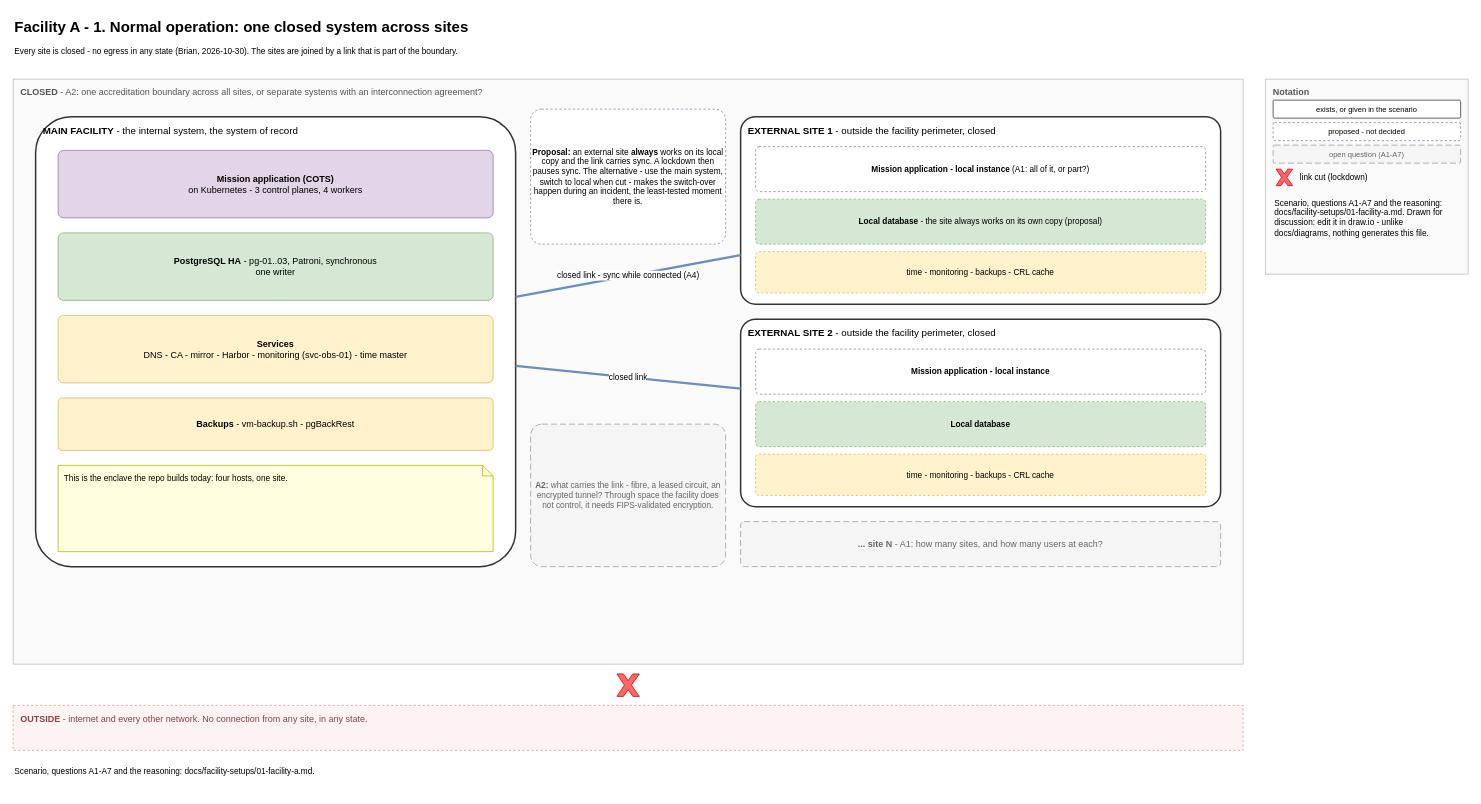
The draw.io diagram page "1 - Normal operation" (1 of 3) of docs/facility-setups/01-facility-a.drawio in mcveybrian-ship-it/canonical-k8s, before the edit. Source tidied: cells renumbered, new cells numbered last; positions are measured from the earlier drawing's top-left corner, leaving out a move shared by most shapes. Both pictures are drawn from the tidied source at 75%, with x=0, y=0 at pixel (13, 13).
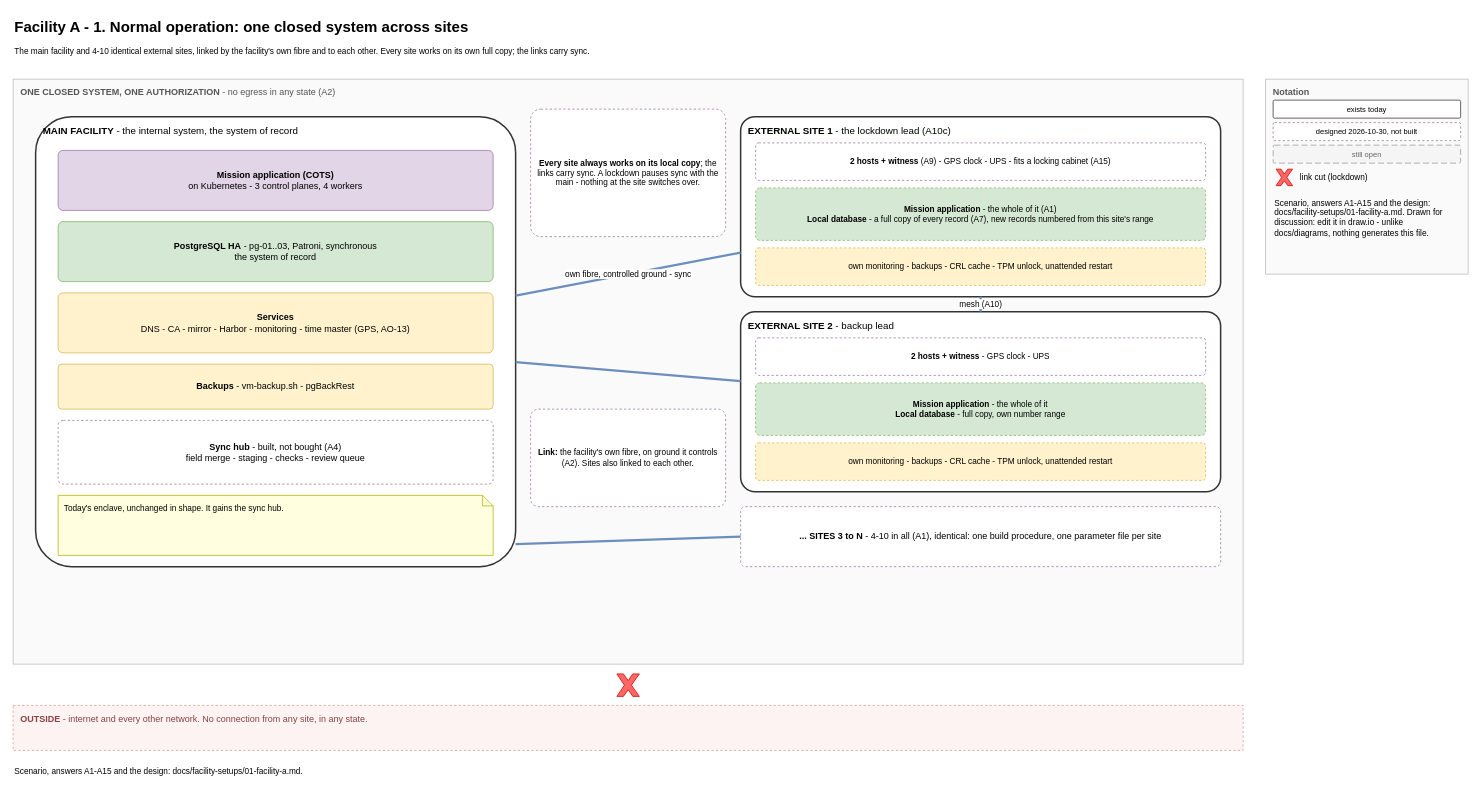
Above is the later version.

Unchanged cells that the change refers to:
```xml
<mxCell id="14" value="&lt;b&gt;MAIN FACILITY&lt;/b&gt; - the internal system, the system of record" style="rounded=1;whiteSpace=wrap;html=1;arcSize=8;fillColor=#ffffff;strokeColor=#333333;strokeWidth=2;verticalAlign=top;align=left;spacingLeft=8;spacingTop=4;fontSize=13;" parent="1" vertex="1">
  <mxGeometry x="30" y="138" width="640" height="600" as="geometry" />
</mxCell>
```

Diff of the diagram source:
```diff
@@
-    <mxCell id="3" value="Every site is closed - no egress in any state (Brian, 2026-10-30). The sites are joined by a link that is part of the boundary." style="text;html=1;align=left;verticalAlign=top;whiteSpace=wrap;fontSize=11;" parent="1" vertex="1">
+    <mxCell id="3" value="The main facility and 4-10 identical external sites, linked by the facility's own fibre and to each other. Every site works on its own full copy; the links carry sync." style="text;html=1;align=left;verticalAlign=top;whiteSpace=wrap;fontSize=11;" parent="1" vertex="1">
       <mxGeometry y="38" width="1640" height="34" as="geometry" />
     </mxCell>
@@
-    <mxCell id="5" value="exists, or given in the scenario" style="rounded=1;whiteSpace=wrap;html=1;arcSize=8;fillColor=#ffffff;strokeColor=#333333;fontSize=10;" parent="1" vertex="1">
+    <mxCell id="5" value="exists today" style="rounded=1;whiteSpace=wrap;html=1;arcSize=8;fillColor=#ffffff;strokeColor=#333333;fontSize=10;" parent="1" vertex="1">
       <mxGeometry x="1680" y="116" width="250" height="24" as="geometry" />
     </mxCell>
-    <mxCell id="6" value="proposed - not decided" style="rounded=1;whiteSpace=wrap;html=1;arcSize=8;fillColor=#ffffff;strokeColor=#9673a6;dashed=1;fontSize=10;" parent="1" vertex="1">
+    <mxCell id="6" value="designed 2026-10-30, not built" style="rounded=1;whiteSpace=wrap;html=1;arcSize=8;fillColor=#ffffff;strokeColor=#9673a6;dashed=1;fontSize=10;" parent="1" vertex="1">
       <mxGeometry x="1680" y="146" width="250" height="24" as="geometry" />
     </mxCell>
-    <mxCell id="7" value="open question (A1-A7)" style="rounded=1;whiteSpace=wrap;html=1;arcSize=8;fillColor=#f5f5f5;strokeColor=#999999;dashed=1;dashPattern=8 4;fontColor=#666666;fontSize=10;" parent="1" vertex="1">
+    <mxCell id="7" value="still open" style="rounded=1;whiteSpace=wrap;html=1;arcSize=8;fillColor=#f5f5f5;strokeColor=#999999;dashed=1;dashPattern=8 4;fontColor=#666666;fontSize=10;" parent="1" vertex="1">
       <mxGeometry x="1680" y="176" width="250" height="24" as="geometry" />
     </mxCell>
@@
-    <mxCell id="10" value="Scenario, questions A1-A7 and the reasoning: docs/facility-setups/01-facility-a.md. Drawn for discussion: edit it in draw.io - unlike docs/diagrams, nothing generates this file." style="text;html=1;align=left;verticalAlign=top;whiteSpace=wrap;fontSize=11;" parent="1" vertex="1">
+    <mxCell id="10" value="Scenario, answers A1-A15 and the design: docs/facility-setups/01-facility-a.md. Drawn for discussion: edit it in draw.io - unlike docs/diagrams, nothing generates this file." style="text;html=1;align=left;verticalAlign=top;whiteSpace=wrap;fontSize=11;" parent="1" vertex="1">
       <mxGeometry x="1680" y="240" width="250" height="100" as="geometry" />
     </mxCell>
-    <mxCell id="11" value="&lt;b&gt;CLOSED&lt;/b&gt; - A2: one accreditation boundary across all sites, or separate systems with an interconnection agreement?" style="rounded=0;whiteSpace=wrap;html=1;fillColor=#fafafa;strokeColor=#bbbbbb;verticalAlign=top;align=left;spacingLeft=8;spacingTop=4;fontColor=#555555;fontSize=12;" parent="1" vertex="1">
+    <mxCell id="11" value="&lt;b&gt;ONE CLOSED SYSTEM, ONE AUTHORIZATION&lt;/b&gt; - no egress in any state (A2)" style="rounded=0;whiteSpace=wrap;html=1;fillColor=#fafafa;strokeColor=#bbbbbb;verticalAlign=top;align=left;spacingLeft=8;spacingTop=4;fontColor=#555555;fontSize=12;" parent="1" vertex="1">
       <mxGeometry y="88" width="1640" height="780" as="geometry" />
     </mxCell>
@@
     <mxCell id="15" value="&lt;b&gt;Mission application (COTS)&lt;/b&gt;&lt;br&gt;on Kubernetes - 3 control planes, 4 workers" style="rounded=1;whiteSpace=wrap;html=1;arcSize=8;fillColor=#e1d5e7;strokeColor=#9673a6;fontSize=12;" parent="1" vertex="1">
-      <mxGeometry x="60" y="183" width="580" height="90" as="geometry" />
+      <mxGeometry x="60" y="183" width="580" height="80" as="geometry" />
     </mxCell>
-    <mxCell id="16" value="&lt;b&gt;PostgreSQL HA&lt;/b&gt; - pg-01..03, Patroni, synchronous&lt;br&gt;one writer" style="rounded=1;whiteSpace=wrap;html=1;arcSize=8;fillColor=#d5e8d4;strokeColor=#82b366;fontSize=12;" parent="1" vertex="1">
-      <mxGeometry x="60" y="293" width="580" height="90" as="geometry" />
+    <mxCell id="16" value="&lt;b&gt;PostgreSQL HA&lt;/b&gt; - pg-01..03, Patroni, synchronous&lt;br&gt;the system of record" style="rounded=1;whiteSpace=wrap;html=1;arcSize=8;fillColor=#d5e8d4;strokeColor=#82b366;fontSize=12;" parent="1" vertex="1">
+      <mxGeometry x="60" y="278" width="580" height="80" as="geometry" />
     </mxCell>
-    <mxCell id="17" value="&lt;b&gt;Services&lt;/b&gt;&lt;br&gt;DNS - CA - mirror - Harbor - monitoring (svc-obs-01) - time master" style="rounded=1;whiteSpace=wrap;html=1;arcSize=8;fillColor=#fff2cc;strokeColor=#d6b656;fontSize=12;" parent="1" vertex="1">
-      <mxGeometry x="60" y="403" width="580" height="90" as="geometry" />
+    <mxCell id="17" value="&lt;b&gt;Services&lt;/b&gt;&lt;br&gt;DNS - CA - mirror - Harbor - monitoring - time master (GPS, AO-13)" style="rounded=1;whiteSpace=wrap;html=1;arcSize=8;fillColor=#fff2cc;strokeColor=#d6b656;fontSize=12;" parent="1" vertex="1">
+      <mxGeometry x="60" y="373" width="580" height="80" as="geometry" />
     </mxCell>
     <mxCell id="18" value="&lt;b&gt;Backups&lt;/b&gt; - vm-backup.sh - pgBackRest" style="rounded=1;whiteSpace=wrap;html=1;arcSize=8;fillColor=#fff2cc;strokeColor=#d6b656;fontSize=12;" parent="1" vertex="1">
-      <mxGeometry x="60" y="513" width="580" height="70" as="geometry" />
+      <mxGeometry x="60" y="468" width="580" height="60" as="geometry" />
     </mxCell>
-    <mxCell id="19" value="This is the enclave the repo builds today: four hosts, one site." style="shape=note;whiteSpace=wrap;html=1;size=14;fillColor=#ffffe0;strokeColor=#b3b300;align=left;verticalAlign=top;spacingLeft=6;spacingTop=4;fontSize=11;" parent="1" vertex="1">
-      <mxGeometry x="60" y="603" width="580" height="115" as="geometry" />
+    <mxCell id="19" value="&lt;b&gt;Sync hub&lt;/b&gt; - built, not bought (A4)&lt;br&gt;field merge - staging - checks - review queue" style="rounded=1;whiteSpace=wrap;html=1;arcSize=8;fillColor=#ffffff;strokeColor=#9673a6;dashed=1;fontSize=12;" parent="1" vertex="1">
+      <mxGeometry x="60" y="543" width="580" height="85" as="geometry" />
     </mxCell>
-    <mxCell id="20" value="&lt;b&gt;EXTERNAL SITE 1&lt;/b&gt; - outside the facility perimeter, closed" style="rounded=1;whiteSpace=wrap;html=1;arcSize=8;fillColor=#ffffff;strokeColor=#333333;strokeWidth=2;verticalAlign=top;align=left;spacingLeft=8;spacingTop=4;fontSize=13;" parent="1" vertex="1">
-      <mxGeometry x="970" y="138" width="640" height="250" as="geometry" />
+    <mxCell id="20" value="Today's enclave, unchanged in shape. It gains the sync hub." style="shape=note;whiteSpace=wrap;html=1;size=14;fillColor=#ffffe0;strokeColor=#b3b300;align=left;verticalAlign=top;spacingLeft=6;spacingTop=4;fontSize=11;" parent="1" vertex="1">
+      <mxGeometry x="60" y="643" width="580" height="80" as="geometry" />
     </mxCell>
-    <mxCell id="21" value="&lt;b&gt;Mission application - local instance&lt;/b&gt; (A1: all of it, or part?)" style="rounded=1;whiteSpace=wrap;html=1;arcSize=8;fillColor=#ffffff;strokeColor=#9673a6;dashed=1;fontSize=11;" parent="1" vertex="1">
-      <mxGeometry x="990" y="178" width="600" height="60" as="geometry" />
+    <mxCell id="21" value="&lt;b&gt;EXTERNAL SITE 1&lt;/b&gt; - the lockdown lead (A10c)" style="rounded=1;whiteSpace=wrap;html=1;arcSize=8;fillColor=#ffffff;strokeColor=#333333;strokeWidth=2;verticalAlign=top;align=left;spacingLeft=8;spacingTop=4;fontSize=13;" parent="1" vertex="1">
+      <mxGeometry x="970" y="138" width="640" height="240" as="geometry" />
     </mxCell>
-    <mxCell id="22" value="&lt;b&gt;Local database&lt;/b&gt; - the site always works on its own copy (proposal)" style="rounded=1;whiteSpace=wrap;html=1;arcSize=8;fillColor=#d5e8d4;strokeColor=#82b366;dashed=1;fontSize=11;" parent="1" vertex="1">
-      <mxGeometry x="990" y="248" width="600" height="60" as="geometry" />
+    <mxCell id="22" value="&lt;b&gt;2 hosts + witness&lt;/b&gt; (A9) - GPS clock - UPS - fits a locking cabinet (A15)" style="rounded=1;whiteSpace=wrap;html=1;arcSize=8;fillColor=#ffffff;strokeColor=#9673a6;dashed=1;fontSize=11;" parent="1" vertex="1">
+      <mxGeometry x="990" y="173" width="600" height="50" as="geometry" />
     </mxCell>
-    <mxCell id="23" value="time - monitoring - backups - CRL cache" style="rounded=1;whiteSpace=wrap;html=1;arcSize=8;fillColor=#fff2cc;strokeColor=#d6b656;dashed=1;fontSize=11;" parent="1" vertex="1">
-      <mxGeometry x="990" y="318" width="600" height="55" as="geometry" />
+    <mxCell id="23" value="&lt;b&gt;Mission application&lt;/b&gt; - the whole of it (A1)&lt;br&gt;&lt;b&gt;Local database&lt;/b&gt; - a full copy of every record (A7), new records numbered from this site's range" style="rounded=1;whiteSpace=wrap;html=1;arcSize=8;fillColor=#d5e8d4;strokeColor=#82b366;dashed=1;fontSize=11;" parent="1" vertex="1">
+      <mxGeometry x="990" y="233" width="600" height="70" as="geometry" />
     </mxCell>
-    <mxCell id="24" value="&lt;b&gt;EXTERNAL SITE 2&lt;/b&gt; - outside the facility perimeter, closed" style="rounded=1;whiteSpace=wrap;html=1;arcSize=8;fillColor=#ffffff;strokeColor=#333333;strokeWidth=2;verticalAlign=top;align=left;spacingLeft=8;spacingTop=4;fontSize=13;" parent="1" vertex="1">
-      <mxGeometry x="970" y="408" width="640" height="250" as="geometry" />
+    <mxCell id="24" value="own monitoring - backups - CRL cache - TPM unlock, unattended restart" style="rounded=1;whiteSpace=wrap;html=1;arcSize=8;fillColor=#fff2cc;strokeColor=#d6b656;dashed=1;fontSize=11;" parent="1" vertex="1">
+      <mxGeometry x="990" y="313" width="600" height="50" as="geometry" />
     </mxCell>
-    <mxCell id="25" value="&lt;b&gt;Mission application - local instance&lt;/b&gt;" style="rounded=1;whiteSpace=wrap;html=1;arcSize=8;fillColor=#ffffff;strokeColor=#9673a6;dashed=1;fontSize=11;" parent="1" vertex="1">
-      <mxGeometry x="990" y="448" width="600" height="60" as="geometry" />
+    <mxCell id="25" value="&lt;b&gt;EXTERNAL SITE 2&lt;/b&gt; - backup lead" style="rounded=1;whiteSpace=wrap;html=1;arcSize=8;fillColor=#ffffff;strokeColor=#333333;strokeWidth=2;verticalAlign=top;align=left;spacingLeft=8;spacingTop=4;fontSize=13;" parent="1" vertex="1">
+      <mxGeometry x="970" y="398" width="640" height="240" as="geometry" />
     </mxCell>
-    <mxCell id="26" value="&lt;b&gt;Local database&lt;/b&gt;" style="rounded=1;whiteSpace=wrap;html=1;arcSize=8;fillColor=#d5e8d4;strokeColor=#82b366;dashed=1;fontSize=11;" parent="1" vertex="1">
-      <mxGeometry x="990" y="518" width="600" height="60" as="geometry" />
+    <mxCell id="26" value="&lt;b&gt;2 hosts + witness&lt;/b&gt; - GPS clock - UPS" style="rounded=1;whiteSpace=wrap;html=1;arcSize=8;fillColor=#ffffff;strokeColor=#9673a6;dashed=1;fontSize=11;" parent="1" vertex="1">
+      <mxGeometry x="990" y="433" width="600" height="50" as="geometry" />
     </mxCell>
-    <mxCell id="27" value="time - monitoring - backups - CRL cache" style="rounded=1;whiteSpace=wrap;html=1;arcSize=8;fillColor=#fff2cc;strokeColor=#d6b656;dashed=1;fontSize=11;" parent="1" vertex="1">
-      <mxGeometry x="990" y="588" width="600" height="55" as="geometry" />
+    <mxCell id="27" value="&lt;b&gt;Mission application&lt;/b&gt; - the whole of it&lt;br&gt;&lt;b&gt;Local database&lt;/b&gt; - full copy, own number range" style="rounded=1;whiteSpace=wrap;html=1;arcSize=8;fillColor=#d5e8d4;strokeColor=#82b366;dashed=1;fontSize=11;" parent="1" vertex="1">
+      <mxGeometry x="990" y="493" width="600" height="70" as="geometry" />
     </mxCell>
-    <mxCell id="28" value="&lt;b&gt;... site N&lt;/b&gt; - A1: how many sites, and how many users at each?" style="rounded=1;whiteSpace=wrap;html=1;arcSize=8;fillColor=#f5f5f5;strokeColor=#999999;dashed=1;dashPattern=8 4;fontColor=#666666;fontSize=12;" parent="1" vertex="1">
-      <mxGeometry x="970" y="678" width="640" height="60" as="geometry" />
+    <mxCell id="28" value="own monitoring - backups - CRL cache - TPM unlock, unattended restart" style="rounded=1;whiteSpace=wrap;html=1;arcSize=8;fillColor=#fff2cc;strokeColor=#d6b656;dashed=1;fontSize=11;" parent="1" vertex="1">
+      <mxGeometry x="990" y="573" width="600" height="50" as="geometry" />
     </mxCell>
-    <mxCell id="29" value="closed link - sync while connected (A4)" style="endArrow=none;html=1;rounded=0;strokeColor=#6c8ebf;strokeWidth=3;fontSize=11;" parent="1" edge="1" source="14" target="20">
-      <mxGeometry relative="1" as="geometry" />
+    <mxCell id="29" value="&lt;b&gt;... SITES 3 to N&lt;/b&gt; - 4-10 in all (A1), identical: one build procedure, one parameter file per site" style="rounded=1;whiteSpace=wrap;html=1;arcSize=8;fillColor=#ffffff;strokeColor=#9673a6;dashed=1;fontSize=12;" parent="1" vertex="1">
+      <mxGeometry x="970" y="658" width="640" height="80" as="geometry" />
     </mxCell>
-    <mxCell id="30" value="closed link" style="endArrow=none;html=1;rounded=0;strokeColor=#6c8ebf;strokeWidth=3;fontSize=11;" parent="1" edge="1" source="14" target="24">
+    <mxCell id="30" value="own fibre, controlled ground - sync" style="endArrow=none;html=1;rounded=0;strokeColor=#6c8ebf;strokeWidth=3;fontSize=11;" parent="1" edge="1" source="14" target="21">
       <mxGeometry relative="1" as="geometry" />
     </mxCell>
-    <mxCell id="31" value="&lt;b&gt;Proposal:&lt;/b&gt; an external site &lt;b&gt;always&lt;/b&gt; works on its local copy and the link carries sync. A lockdown then pauses sync. The alternative - use the main system, switch to local when cut - makes the switch-over happen during an incident, the least-tested moment there is." style="rounded=1;whiteSpace=wrap;html=1;arcSize=8;fillColor=#ffffff;strokeColor=#9673a6;dashed=1;fontSize=11;" parent="1" vertex="1">
-      <mxGeometry x="690" y="128" width="260" height="180" as="geometry" />
+    <mxCell id="31" style="endArrow=none;html=1;rounded=0;strokeColor=#6c8ebf;strokeWidth=3;fontSize=11;" parent="1" edge="1" source="14" target="25">
+      <mxGeometry relative="1" as="geometry" />
     </mxCell>
-    <mxCell id="32" value="&lt;b&gt;A2:&lt;/b&gt; what carries the link - fibre, a leased circuit, an encrypted tunnel? Through space the facility does not control, it needs FIPS-validated encryption." style="rounded=1;whiteSpace=wrap;html=1;arcSize=8;fillColor=#f5f5f5;strokeColor=#999999;dashed=1;dashPattern=8 4;fontColor=#666666;fontSize=11;" parent="1" vertex="1">
-      <mxGeometry x="690" y="548" width="260" height="190" as="geometry" />
+    <mxCell id="32" style="endArrow=none;html=1;rounded=0;strokeColor=#6c8ebf;strokeWidth=3;fontSize=11;exitX=1;exitY=0.95;entryX=0;entryY=0.5;" parent="1" edge="1" source="14" target="29">
+      <mxGeometry relative="1" as="geometry" />
     </mxCell>
-    <mxCell id="33" value="Scenario, questions A1-A7 and the reasoning: docs/facility-setups/01-facility-a.md." style="text;html=1;align=left;verticalAlign=top;whiteSpace=wrap;fontSize=11;" parent="1" vertex="1">
-      <mxGeometry y="998" width="1640" height="40" as="geometry" />
+    <mxCell id="33" value="mesh (A10)" style="endArrow=none;html=1;rounded=0;strokeColor=#6c8ebf;strokeWidth=3;fontSize=11;" parent="1" edge="1" source="21" target="25">
+      <mxGeometry relative="1" as="geometry" />
     </mxCell>
+    <mxCell id="34" value="&lt;b&gt;Every site always works on its local copy&lt;/b&gt;; the links carry sync. A lockdown pauses sync with the main - nothing at the site switches over." style="rounded=1;whiteSpace=wrap;html=1;arcSize=8;fillColor=#ffffff;strokeColor=#9673a6;dashed=1;fontSize=11;" parent="1" vertex="1">
+      <mxGeometry x="690" y="128" width="260" height="170" as="geometry" />
+    </mxCell>
+    <mxCell id="35" value="&lt;b&gt;Link:&lt;/b&gt; the facility's own fibre, on ground it controls (A2). Sites also linked to each other." style="rounded=1;whiteSpace=wrap;html=1;arcSize=8;fillColor=#ffffff;strokeColor=#9673a6;dashed=1;fontSize=11;" parent="1" vertex="1">
+      <mxGeometry x="690" y="528" width="260" height="130" as="geometry" />
+    </mxCell>
+    <mxCell id="36" value="Scenario, answers A1-A15 and the design: docs/facility-setups/01-facility-a.md." style="text;html=1;align=left;verticalAlign=top;whiteSpace=wrap;fontSize=11;" parent="1" vertex="1">
+      <mxGeometry y="998" width="1640" height="40" as="geometry" />
+    </mxCell>
```
